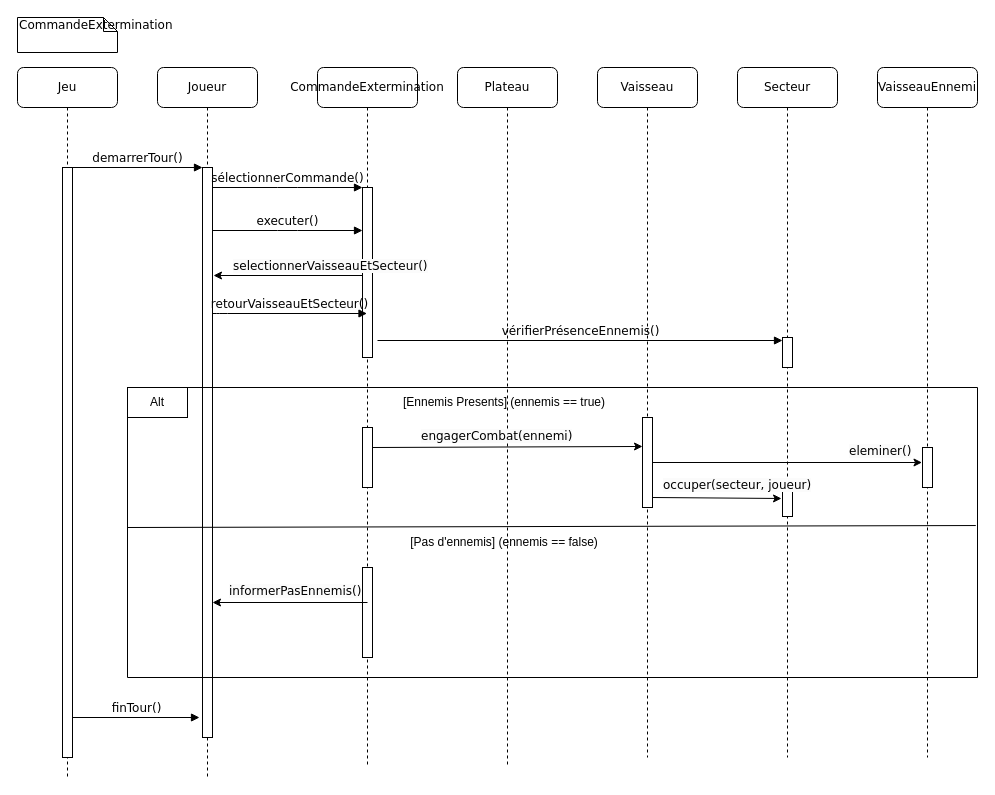
haikll/pocket_imperium_java keeps this draw.io diagram as page "Extermination" (4 of 4) of diagrammedesequence.drawio. Above is the earlier version. Source tidied: cells renumbered, new cells numbered last; positions are measured from the earlier drawing's top-left corner, leaving out a move shared by most shapes. Both pictures are drawn from the tidied source at 100%, with x=0, y=0 at pixel (17, 17).
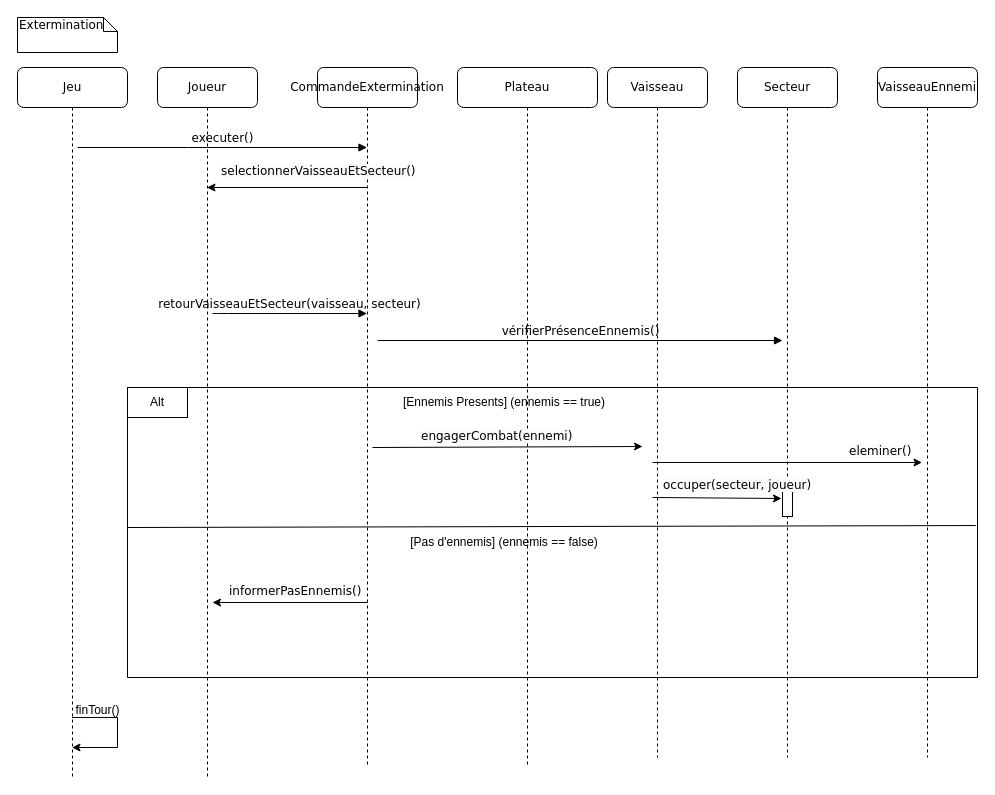
After the change.

The change refers to these unchanged cells:
```xml
<mxCell id="2" value="Joueur" style="shape=umlLifeline;perimeter=lifelinePerimeter;whiteSpace=wrap;html=1;outlineConnect=0;rounded=1;shadow=0;comic=0;labelBackgroundColor=none;strokeWidth=1;fontFamily=Verdana;fontSize=12;align=center;" parent="1" vertex="1">
  <mxGeometry x="140" y="50" width="100" height="710" as="geometry" />
</mxCell>
<mxCell id="4" value="CommandeExtermination" style="shape=umlLifeline;perimeter=lifelinePerimeter;whiteSpace=wrap;html=1;outlineConnect=0;rounded=1;shadow=0;comic=0;labelBackgroundColor=none;strokeWidth=1;fontFamily=Verdana;fontSize=12;align=center;" parent="1" vertex="1">
  <mxGeometry x="300" y="50" width="100" height="700" as="geometry" />
</mxCell>
<mxCell id="8" value="Secteur" style="shape=umlLifeline;perimeter=lifelinePerimeter;whiteSpace=wrap;html=1;rounded=1;shadow=0;comic=0;labelBackgroundColor=none;strokeWidth=1;fontFamily=Verdana;fontSize=12;align=center;" parent="1" vertex="1">
  <mxGeometry x="720" y="50" width="100" height="690" as="geometry" />
</mxCell>
<mxCell id="21" style="swimlane;startSize=0;" parent="1" vertex="1">
  <mxGeometry x="110" y="370" width="850" height="290" as="geometry" />
</mxCell>
<mxCell id="38" value="VaisseauEnnemi" style="shape=umlLifeline;perimeter=lifelinePerimeter;whiteSpace=wrap;html=1;rounded=1;shadow=0;comic=0;labelBackgroundColor=none;strokeWidth=1;fontFamily=Verdana;fontSize=12;align=center;" parent="1" vertex="1">
  <mxGeometry x="860" y="50" width="100" height="690" as="geometry" />
</mxCell>
```

Change to the diagram source:
```diff
@@
-    <mxCell id="3" style="html=1;points=[];perimeter=orthogonalPerimeter;rounded=0;shadow=0;comic=0;labelBackgroundColor=none;strokeWidth=1;fontFamily=Verdana;fontSize=12;align=center;" parent="2" vertex="1">
-      <mxGeometry x="45" y="100" width="10" height="570" as="geometry" />
-    </mxCell>
+    <mxCell id="17" value="executer()" style="html=1;verticalAlign=bottom;endArrow=block;labelBackgroundColor=none;fontFamily=Verdana;fontSize=12;edgeStyle=elbowEdgeStyle;elbow=vertical;" parent="2" edge="1" target="4">
+      <mxGeometry relative="1" as="geometry">
+        <mxPoint x="-80" y="80" as="sourcePoint" />
+      </mxGeometry>
+    </mxCell>
@@
-    <mxCell id="5" style="html=1;points=[];perimeter=orthogonalPerimeter;rounded=0;shadow=0;comic=0;labelBackgroundColor=none;strokeWidth=1;fontFamily=Verdana;fontSize=12;align=center;" parent="4" vertex="1">
-      <mxGeometry x="45" y="120" width="10" height="170" as="geometry" />
-    </mxCell>
+    <mxCell id="18" style="endArrow=classic;html=1;rounded=0;" parent="4" edge="1" target="2">
+      <mxGeometry relative="1" as="geometry">
+        <mxPoint x="49.5" y="120" as="sourcePoint" />
+      </mxGeometry>
+    </mxCell>
+    <mxCell id="19" value="&lt;span style=&quot;color: rgb(0, 0, 0); font-family: Verdana; font-size: 12px; font-style: normal; font-variant-ligatures: normal; font-variant-caps: normal; font-weight: 400; letter-spacing: normal; orphans: 2; text-align: center; text-indent: 0px; text-transform: none; widows: 2; word-spacing: 0px; -webkit-text-stroke-width: 0px; white-space: nowrap; background-color: rgb(251, 251, 251); text-decoration-thickness: initial; text-decoration-style: initial; text-decoration-color: initial; display: inline !important; float: none;&quot;&gt;selectionnerVaisseauEtSecteur()&lt;/span&gt;" style="text;whiteSpace=wrap;html=1;" parent="4" vertex="1">
+      <mxGeometry x="-98" y="90" width="198" height="40" as="geometry" />
+    </mxCell>
     <mxCell id="6" value="Plateau" style="shape=umlLifeline;perimeter=lifelinePerimeter;whiteSpace=wrap;html=1;rounded=1;shadow=0;comic=0;labelBackgroundColor=none;strokeWidth=1;fontFamily=Verdana;fontSize=12;align=center;" parent="1" vertex="1">
-      <mxGeometry x="440" y="50" width="100" height="700" as="geometry" />
+      <mxGeometry x="440" y="50" width="140" height="700" as="geometry" />
     </mxCell>
     <mxCell id="7" value="Vaisseau" style="shape=umlLifeline;perimeter=lifelinePerimeter;whiteSpace=wrap;html=1;rounded=1;shadow=0;comic=0;labelBackgroundColor=none;strokeWidth=1;fontFamily=Verdana;fontSize=12;align=center;" parent="1" vertex="1">
-      <mxGeometry x="580" y="50" width="100" height="690" as="geometry" />
+      <mxGeometry x="590" y="50" width="100" height="690" as="geometry" />
     </mxCell>
@@
-    <mxCell id="9" style="html=1;perimeter=orthogonalPerimeter;rounded=0;shadow=0;comic=0;labelBackgroundColor=none;strokeWidth=1;fontFamily=Verdana;fontSize=12;align=center;" parent="8" vertex="1">
-      <mxGeometry x="45" y="270" width="10" height="30" as="geometry" />
-    </mxCell>
@@
     <mxCell id="11" value="Jeu" style="shape=umlLifeline;perimeter=lifelinePerimeter;whiteSpace=wrap;html=1;outlineConnect=0;rounded=1;shadow=0;comic=0;labelBackgroundColor=none;strokeWidth=1;fontFamily=Verdana;fontSize=12;align=center;" parent="1" vertex="1">
-      <mxGeometry y="50" width="100" height="710" as="geometry" />
+      <mxGeometry y="50" width="110" height="710" as="geometry" />
     </mxCell>
-    <mxCell id="12" style="html=1;points=[];perimeter=orthogonalPerimeter;rounded=0;shadow=0;comic=0;labelBackgroundColor=none;strokeWidth=1;fontFamily=Verdana;fontSize=12;align=center;" parent="11" vertex="1">
-      <mxGeometry x="45" y="100" width="10" height="590" as="geometry" />
-    </mxCell>
-    <mxCell id="13" value="finTour()" style="html=1;verticalAlign=bottom;endArrow=block;labelBackgroundColor=none;fontFamily=Verdana;fontSize=12;entryX=-0.3;entryY=0.983;entryDx=0;entryDy=0;entryPerimeter=0;" parent="11" edge="1">
-      <mxGeometry relative="1" as="geometry">
-        <mxPoint x="55" y="650" as="sourcePoint" />
-        <mxPoint x="182" y="650" as="targetPoint" />
-      </mxGeometry>
+    <mxCell id="13" value="finTour()" style="text;html=1;align=center;verticalAlign=middle;strokeColor=none;fillColor=none;" parent="11" vertex="1">
+      <mxGeometry x="50" y="628" width="60" height="30" as="geometry" />
     </mxCell>
-    <mxCell id="14" value="demarrerTour()" style="html=1;verticalAlign=bottom;endArrow=block;entryX=0;entryY=0;labelBackgroundColor=none;fontFamily=Verdana;fontSize=12;edgeStyle=elbowEdgeStyle;elbow=vertical;" parent="1" edge="1" source="12" target="3">
-      <mxGeometry relative="1" as="geometry" />
-    </mxCell>
-    <mxCell id="15" value="sélectionnerCommande()" style="html=1;verticalAlign=bottom;endArrow=block;entryX=0;entryY=0;labelBackgroundColor=none;fontFamily=Verdana;fontSize=12;edgeStyle=elbowEdgeStyle;elbow=vertical;" parent="1" edge="1" source="3" target="5">
-      <mxGeometry relative="1" as="geometry" />
-    </mxCell>
-    <mxCell id="16" value="CommandeExtermination" style="shape=note;whiteSpace=wrap;html=1;size=14;verticalAlign=top;align=left;spacingTop=-6;rounded=0;shadow=0;comic=0;labelBackgroundColor=none;strokeWidth=1;fontFamily=Verdana;fontSize=12;" parent="1" vertex="1">
+    <mxCell id="16" value="Extermination" style="shape=note;whiteSpace=wrap;html=1;size=14;verticalAlign=top;align=left;spacingTop=-6;rounded=0;shadow=0;comic=0;labelBackgroundColor=none;strokeWidth=1;fontFamily=Verdana;fontSize=12;" parent="1" vertex="1">
       <mxGeometry width="100" height="35" as="geometry" />
     </mxCell>
-    <mxCell id="17" value="executer()" style="html=1;verticalAlign=bottom;endArrow=block;entryX=0;entryY=0;labelBackgroundColor=none;fontFamily=Verdana;fontSize=12;edgeStyle=elbowEdgeStyle;elbow=vertical;" parent="1" edge="1">
-      <mxGeometry relative="1" as="geometry">
-        <mxPoint x="195" y="213" as="sourcePoint" />
-        <mxPoint x="345" y="213" as="targetPoint" />
-      </mxGeometry>
-    </mxCell>
-    <mxCell id="18" style="endArrow=classic;html=1;rounded=0;" parent="1" edge="1">
-      <mxGeometry relative="1" as="geometry">
-        <mxPoint x="345.5" y="258" as="sourcePoint" />
-        <mxPoint x="196" y="258" as="targetPoint" />
-      </mxGeometry>
-    </mxCell>
-    <mxCell id="19" value="&lt;span style=&quot;color: rgb(0, 0, 0); font-family: Verdana; font-size: 12px; font-style: normal; font-variant-ligatures: normal; font-variant-caps: normal; font-weight: 400; letter-spacing: normal; orphans: 2; text-align: center; text-indent: 0px; text-transform: none; widows: 2; word-spacing: 0px; -webkit-text-stroke-width: 0px; white-space: nowrap; background-color: rgb(251, 251, 251); text-decoration-thickness: initial; text-decoration-style: initial; text-decoration-color: initial; display: inline !important; float: none;&quot;&gt;selectionnerVaisseauEtSecteur()&lt;/span&gt;" style="text;whiteSpace=wrap;html=1;" parent="1" vertex="1">
-      <mxGeometry x="214" y="235" width="198" height="40" as="geometry" />
-    </mxCell>
-    <mxCell id="20" value="retourVaisseauEtSecteur()" style="html=1;verticalAlign=bottom;endArrow=block;labelBackgroundColor=none;fontFamily=Verdana;fontSize=12;edgeStyle=elbowEdgeStyle;elbow=vertical;" parent="1" edge="1" target="4">
+    <mxCell id="20" value="retourVaisseauEtSecteur(vaisseau, secteur)" style="html=1;verticalAlign=bottom;endArrow=block;labelBackgroundColor=none;fontFamily=Verdana;fontSize=12;edgeStyle=elbowEdgeStyle;elbow=vertical;" parent="1" edge="1" target="4">
       <mxGeometry relative="1" as="geometry">
         <mxPoint x="195" y="296" as="sourcePoint" />
         <Array as="points">
           <mxPoint x="200" y="296" />
         </Array>
       </mxGeometry>
     </mxCell>
@@
-    <mxCell id="25" style="html=1;points=[];perimeter=orthogonalPerimeter;rounded=0;shadow=0;comic=0;labelBackgroundColor=none;strokeWidth=1;fontFamily=Verdana;fontSize=12;align=center;" parent="21" vertex="1">
-      <mxGeometry x="515" y="30" width="10" height="90" as="geometry" />
-    </mxCell>
@@
-    <mxCell id="27" style="endArrow=classic;html=1;rounded=0;entryX=0;entryY=0.322;entryDx=0;entryDy=0;entryPerimeter=0;" parent="21" edge="1" target="25">
+    <mxCell id="27" style="endArrow=classic;html=1;rounded=0;entryX=0;entryY=0.322;entryDx=0;entryDy=0;entryPerimeter=0;" parent="21" edge="1">
       <mxGeometry relative="1" as="geometry">
         <mxPoint x="245" y="60" as="sourcePoint" />
+        <mxPoint x="515" y="59" as="targetPoint" />
       </mxGeometry>
     </mxCell>
-    <mxCell id="28" style="html=1;perimeter=orthogonalPerimeter;rounded=0;shadow=0;comic=0;labelBackgroundColor=none;strokeWidth=1;fontFamily=Verdana;fontSize=12;align=center;" parent="21" vertex="1">
-      <mxGeometry x="235" y="40" width="10" height="60" as="geometry" />
-    </mxCell>
@@
-    <mxCell id="31" style="html=1;perimeter=orthogonalPerimeter;rounded=0;shadow=0;comic=0;labelBackgroundColor=none;strokeWidth=1;fontFamily=Verdana;fontSize=12;align=center;" parent="21" vertex="1">
-      <mxGeometry x="235" y="180" width="10" height="90" as="geometry" />
-    </mxCell>
@@
-    <mxCell id="39" style="html=1;perimeter=orthogonalPerimeter;rounded=0;shadow=0;comic=0;labelBackgroundColor=none;strokeWidth=1;fontFamily=Verdana;fontSize=12;align=center;" parent="38" vertex="1">
-      <mxGeometry x="45" y="380" width="10" height="40" as="geometry" />
-    </mxCell>
@@
+    <mxCell id="41" style="endArrow=classic;html=1;rounded=0;" parent="1" edge="1" source="11" target="11">
+      <mxGeometry relative="1" as="geometry">
+        <Array as="points">
+          <mxPoint x="100" y="700" />
+          <mxPoint x="100" y="730" />
+        </Array>
+      </mxGeometry>
+    </mxCell>
```
